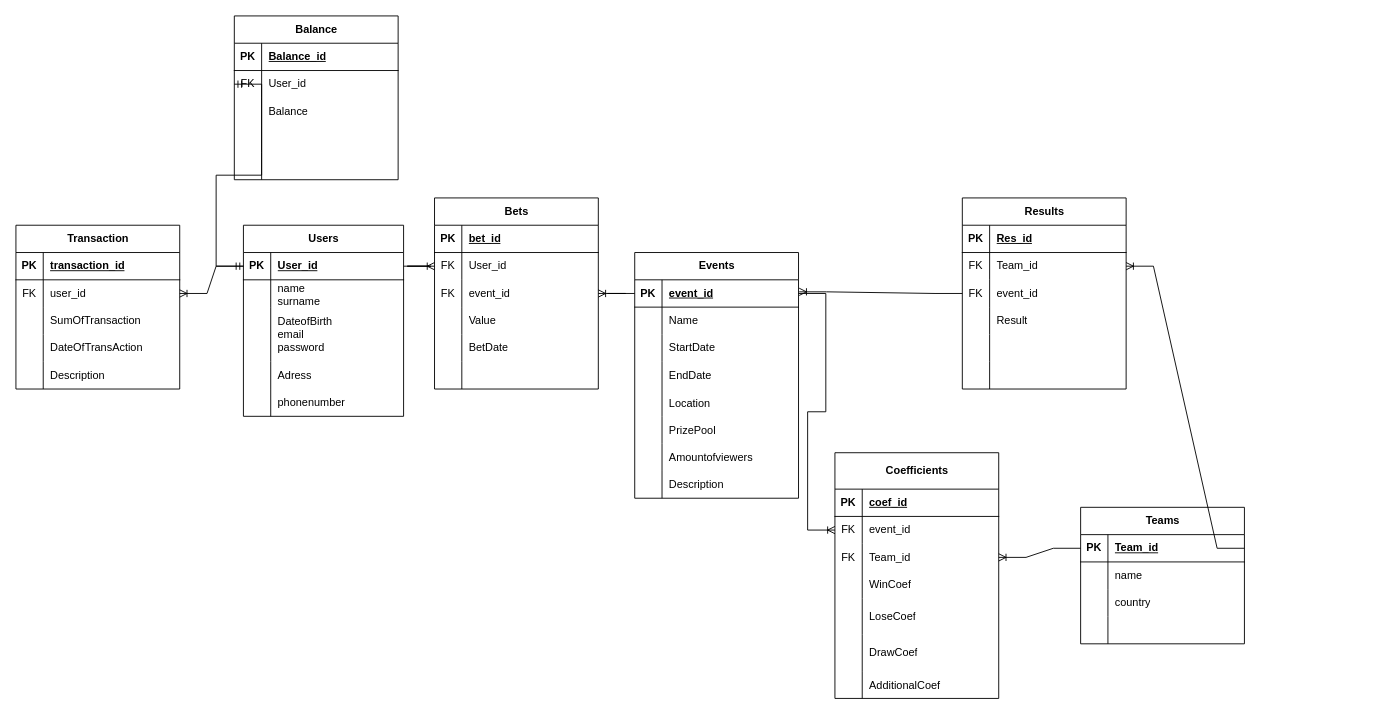
This is Home_task_12(bookmaker_db_scheme)/BookMakerDataBaseScheme.drawio from VadimSD11/-SSWU_VadymTsipkovskyi_NET_CAMP, a draw.io file, before an edit. Source tidied: cells renumbered, new cells numbered last; positions are measured from the earlier drawing's top-left corner, leaving out a move shared by most shapes. Both pictures are drawn from the tidied source at 91%, with x=0, y=0 at pixel (15, 15).
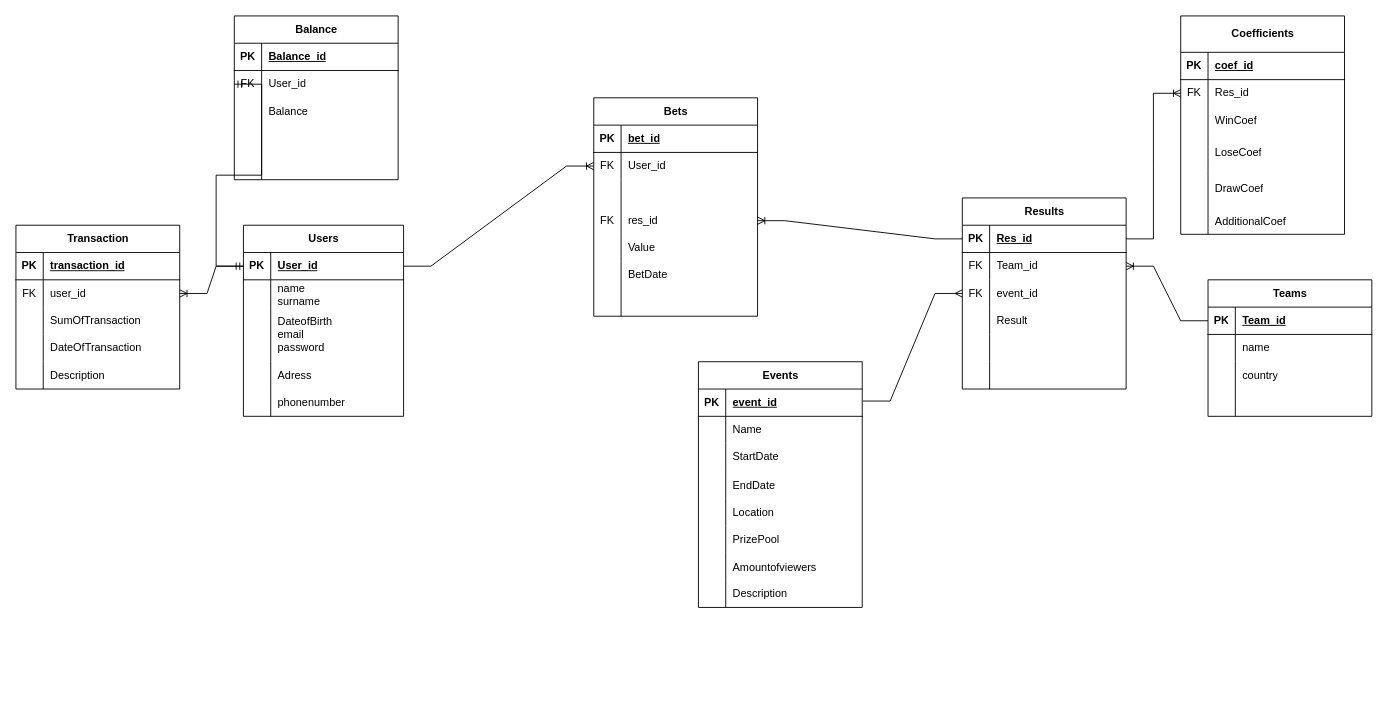
After the change.

The change refers to these unchanged cells:
```xml
<mxCell id="19" style="shape=tableRow;horizontal=0;startSize=0;swimlaneHead=0;swimlaneBody=0;fillColor=none;points=[[0,0.5],[1,0.5]];portConstraint=eastwest;top=0;left=0;right=0;bottom=1;" parent="18" vertex="1">
  <mxGeometry y="30" width="180" height="30" as="geometry" />
</mxCell>
<mxCell id="50" style="shape=tableRow;horizontal=0;startSize=0;swimlaneHead=0;swimlaneBody=0;fillColor=none;points=[[0,0.5],[1,0.5]];portConstraint=eastwest;top=0;left=0;right=0;bottom=0;" parent="43" vertex="1">
  <mxGeometry y="90" width="180" height="30" as="geometry" />
</mxCell>
<mxCell id="65" style="shape=tableRow;horizontal=0;startSize=0;swimlaneHead=0;swimlaneBody=0;fillColor=none;points=[[0,0.5],[1,0.5]];portConstraint=eastwest;top=0;left=0;right=0;bottom=1;" parent="64" vertex="1">
  <mxGeometry y="30" width="180" height="30" as="geometry" />
</mxCell>
<mxCell id="81" style="shape=tableRow;horizontal=0;startSize=0;swimlaneHead=0;swimlaneBody=0;fillColor=none;points=[[0,0.5],[1,0.5]];portConstraint=eastwest;top=0;left=0;right=0;bottom=0;" parent="77" vertex="1">
  <mxGeometry y="70" width="180" height="30" as="geometry" />
</mxCell>
<mxCell id="102" style="shape=tableRow;horizontal=0;startSize=0;swimlaneHead=0;swimlaneBody=0;fillColor=none;points=[[0,0.5],[1,0.5]];portConstraint=eastwest;top=0;left=0;right=0;bottom=1;" parent="101" vertex="1">
  <mxGeometry y="30" width="180" height="30" as="geometry" />
</mxCell>
<mxCell id="105" style="shape=tableRow;horizontal=0;startSize=0;swimlaneHead=0;swimlaneBody=0;fillColor=none;points=[[0,0.5],[1,0.5]];portConstraint=eastwest;top=0;left=0;right=0;bottom=0;" parent="101" vertex="1">
  <mxGeometry y="60" width="180" height="30" as="geometry" />
</mxCell>
<mxCell id="108" style="shape=tableRow;horizontal=0;startSize=0;swimlaneHead=0;swimlaneBody=0;fillColor=none;points=[[0,0.5],[1,0.5]];portConstraint=eastwest;top=0;left=0;right=0;bottom=0;" parent="101" vertex="1">
  <mxGeometry y="90" width="180" height="30" as="geometry" />
</mxCell>
<mxCell id="132" style="shape=tableRow;horizontal=0;startSize=0;swimlaneHead=0;swimlaneBody=0;fillColor=none;top=0;left=0;right=0;bottom=0;" parent="122" vertex="1">
  <mxGeometry y="120" width="180" height="30" as="geometry" />
</mxCell>
```

Change to the diagram source:
```diff
@@
     <mxCell id="18" value="Events" style="shape=table;startSize=30;childLayout=tableLayout;rowLines=0;fontStyle=1;align=center;html=1;" parent="1" vertex="1">
-      <mxGeometry x="680" y="260" width="180" height="270" as="geometry" />
+      <mxGeometry x="750" y="380" width="180" height="270" as="geometry" />
     </mxCell>
@@
     <mxCell id="43" value="Bets" style="shape=table;startSize=30;childLayout=tableLayout;rowLines=0;fontStyle=1;align=center;html=1;" parent="1" vertex="1">
-      <mxGeometry x="460" y="200" width="180" height="210" as="geometry" />
+      <mxGeometry x="635" y="90" width="180" height="240" as="geometry" />
     </mxCell>
@@
-    <mxCell id="51" value="FK" style="shape=partialRectangle;fillColor=none;top=0;left=0;bottom=0;right=0;fontStyle=0;overflow=hidden;whiteSpace=wrap;html=1;" parent="50" vertex="1">
+    <mxCell id="51" style="shape=partialRectangle;fillColor=none;top=0;left=0;bottom=0;right=0;fontStyle=0;overflow=hidden;whiteSpace=wrap;html=1;" parent="50" vertex="1">
       <mxGeometry width="30" height="30" as="geometry" />
     </mxCell>
-    <mxCell id="52" value="event_id" style="shape=partialRectangle;fillColor=none;top=0;left=0;bottom=0;right=0;align=left;spacingLeft=6;fontStyle=0;overflow=hidden;whiteSpace=wrap;html=1;" parent="50" vertex="1">
+    <mxCell id="52" style="shape=partialRectangle;fillColor=none;top=0;left=0;bottom=0;right=0;align=left;spacingLeft=6;fontStyle=0;overflow=hidden;whiteSpace=wrap;html=1;" parent="50" vertex="1">
       <mxGeometry x="30" width="150" height="30" as="geometry" />
     </mxCell>
+    <mxCell id="156" style="shape=tableRow;horizontal=0;startSize=0;swimlaneHead=0;swimlaneBody=0;fillColor=none;points=[[0,0.5],[1,0.5]];portConstraint=eastwest;top=0;left=0;right=0;bottom=0;" parent="43" vertex="1">
+      <mxGeometry y="120" width="180" height="30" as="geometry" />
+    </mxCell>
+    <mxCell id="85" value="FK" style="shape=partialRectangle;fillColor=none;top=0;left=0;bottom=0;right=0;fontStyle=0;overflow=hidden;whiteSpace=wrap;html=1;" parent="156" vertex="1">
+      <mxGeometry width="30" height="30" as="geometry" />
+    </mxCell>
+    <mxCell id="157" value="res_id&lt;br&gt;" style="shape=partialRectangle;fillColor=none;top=0;left=0;bottom=0;right=0;align=left;spacingLeft=6;fontStyle=0;overflow=hidden;whiteSpace=wrap;html=1;" parent="156" vertex="1">
+      <mxGeometry x="30" width="150" height="30" as="geometry" />
+    </mxCell>
     <mxCell id="53" style="shape=tableRow;horizontal=0;startSize=0;swimlaneHead=0;swimlaneBody=0;fillColor=none;top=0;left=0;right=0;bottom=0;" parent="43" vertex="1">
-      <mxGeometry y="120" width="180" height="30" as="geometry" />
+      <mxGeometry y="150" width="180" height="30" as="geometry" />
     </mxCell>
@@
     <mxCell id="56" style="shape=tableRow;horizontal=0;startSize=0;swimlaneHead=0;swimlaneBody=0;fillColor=none;top=0;left=0;right=0;bottom=0;" parent="43" vertex="1">
-      <mxGeometry y="150" width="180" height="30" as="geometry" />
+      <mxGeometry y="180" width="180" height="30" as="geometry" />
     </mxCell>
@@
     <mxCell id="59" style="shape=tableRow;horizontal=0;startSize=0;swimlaneHead=0;swimlaneBody=0;fillColor=none;top=0;left=0;right=0;bottom=0;" parent="43" vertex="1">
-      <mxGeometry y="180" width="180" height="30" as="geometry" />
+      <mxGeometry y="210" width="180" height="30" as="geometry" />
     </mxCell>
@@
-    <mxCell id="63" style="edgeStyle=entityRelationEdgeStyle;fontSize=12;html=1;endArrow=ERoneToMany;rounded=0;entryX=1;entryY=0.5;entryDx=0;entryDy=0;exitX=0;exitY=0.5;exitDx=0;exitDy=0;" parent="1" edge="1" source="19" target="50">
-      <mxGeometry relative="1" as="geometry" />
-    </mxCell>
     <mxCell id="64" value="Teams" style="shape=table;startSize=30;childLayout=tableLayout;rowLines=0;fontStyle=1;align=center;html=1;" parent="1" vertex="1">
-      <mxGeometry x="1170" y="540" width="180" height="150" as="geometry" />
+      <mxGeometry x="1310" y="290" width="180" height="150" as="geometry" />
     </mxCell>
@@
     <mxCell id="77" value="Coefficients" style="shape=table;startSize=40;childLayout=tableLayout;rowLines=0;fontStyle=1;align=center;html=1;" parent="1" vertex="1">
-      <mxGeometry x="900" y="480" width="180" height="270" as="geometry" />
+      <mxGeometry x="1280" width="180" height="240" as="geometry" />
     </mxCell>
@@
-    <mxCell id="83" value="event_id" style="shape=partialRectangle;fillColor=none;top=0;left=0;bottom=0;right=0;align=left;spacingLeft=6;fontStyle=0;overflow=hidden;whiteSpace=wrap;html=1;" parent="81" vertex="1">
+    <mxCell id="83" value="Res_id&lt;br&gt;" style="shape=partialRectangle;fillColor=none;top=0;left=0;bottom=0;right=0;align=left;spacingLeft=6;fontStyle=0;overflow=hidden;whiteSpace=wrap;html=1;" parent="81" vertex="1">
       <mxGeometry x="30" width="150" height="30" as="geometry" />
     </mxCell>
-    <mxCell id="84" style="shape=tableRow;horizontal=0;startSize=0;swimlaneHead=0;swimlaneBody=0;fillColor=none;points=[[0,0.5],[1,0.5]];portConstraint=eastwest;top=0;left=0;right=0;bottom=0;" parent="77" vertex="1">
-      <mxGeometry y="100" width="180" height="30" as="geometry" />
-    </mxCell>
-    <mxCell id="85" value="FK" style="shape=partialRectangle;fillColor=none;top=0;left=0;bottom=0;right=0;fontStyle=0;overflow=hidden;whiteSpace=wrap;html=1;" parent="84" vertex="1">
-      <mxGeometry width="30" height="30" as="geometry" />
-    </mxCell>
-    <mxCell id="86" value="Team_id" style="shape=partialRectangle;fillColor=none;top=0;left=0;bottom=0;right=0;align=left;spacingLeft=6;fontStyle=0;overflow=hidden;whiteSpace=wrap;html=1;" parent="84" vertex="1">
-      <mxGeometry x="30" width="150" height="30" as="geometry" />
-    </mxCell>
     <mxCell id="87" style="shape=tableRow;horizontal=0;startSize=0;swimlaneHead=0;swimlaneBody=0;fillColor=none;top=0;left=0;right=0;bottom=0;" parent="77" vertex="1">
-      <mxGeometry y="130" width="180" height="30" as="geometry" />
+      <mxGeometry y="100" width="180" height="30" as="geometry" />
     </mxCell>
@@
     <mxCell id="90" style="shape=tableRow;horizontal=0;startSize=0;swimlaneHead=0;swimlaneBody=0;fillColor=none;top=0;left=0;right=0;bottom=0;" parent="77" vertex="1">
-      <mxGeometry y="160" width="180" height="40" as="geometry" />
+      <mxGeometry y="130" width="180" height="40" as="geometry" />
     </mxCell>
@@
     <mxCell id="93" style="shape=tableRow;horizontal=0;startSize=0;swimlaneHead=0;swimlaneBody=0;fillColor=none;top=0;left=0;right=0;bottom=0;" parent="77" vertex="1">
-      <mxGeometry y="200" width="180" height="40" as="geometry" />
+      <mxGeometry y="170" width="180" height="40" as="geometry" />
     </mxCell>
@@
     <mxCell id="96" style="shape=tableRow;horizontal=0;startSize=0;swimlaneHead=0;swimlaneBody=0;fillColor=none;top=0;left=0;right=0;bottom=0;" parent="77" vertex="1">
-      <mxGeometry y="240" width="180" height="30" as="geometry" />
+      <mxGeometry y="210" width="180" height="30" as="geometry" />
     </mxCell>
@@
-    <mxCell id="99" style="edgeStyle=entityRelationEdgeStyle;fontSize=12;html=1;endArrow=ERoneToMany;rounded=0;exitX=1;exitY=0.5;exitDx=0;exitDy=0;entryX=0;entryY=0.5;entryDx=0;entryDy=0;" parent="1" edge="1" source="19" target="81">
+    <mxCell id="99" style="edgeStyle=entityRelationEdgeStyle;fontSize=12;html=1;endArrow=ERoneToMany;rounded=0;exitX=1;exitY=0.5;exitDx=0;exitDy=0;entryX=0;entryY=0.5;entryDx=0;entryDy=0;" parent="1" edge="1" source="102" target="81">
       <mxGeometry relative="1" as="geometry">
         <Array as="points">
           <mxPoint x="980" y="390" />
           <mxPoint x="960" y="400" />
         </Array>
       </mxGeometry>
     </mxCell>
-    <mxCell id="100" style="edgeStyle=entityRelationEdgeStyle;fontSize=12;html=1;endArrow=ERoneToMany;rounded=0;exitX=0;exitY=0.5;exitDx=0;exitDy=0;entryX=1;entryY=0.5;entryDx=0;entryDy=0;" parent="1" edge="1" source="65" target="84">
-      <mxGeometry relative="1" as="geometry">
-        <Array as="points">
-          <mxPoint x="1040" y="595" />
-        </Array>
-      </mxGeometry>
-    </mxCell>
@@
-    <mxCell id="120" style="edgeStyle=entityRelationEdgeStyle;fontSize=12;html=1;endArrow=ERoneToMany;rounded=0;exitX=0;exitY=0.5;exitDx=0;exitDy=0;entryX=1.004;entryY=0.16;entryDx=0;entryDy=0;entryPerimeter=0;" parent="1" edge="1" source="108" target="18">
+    <mxCell id="120" style="edgeStyle=entityRelationEdgeStyle;fontSize=12;html=1;endArrow=none;rounded=0;exitX=0;exitY=0.5;exitDx=0;exitDy=0;entryX=1.004;entryY=0.16;entryDx=0;entryDy=0;entryPerimeter=0;startArrow=ERmany;startFill=0;endFill=0;" parent="1" edge="1" source="108" target="18">
       <mxGeometry relative="1" as="geometry" />
     </mxCell>
-    <mxCell id="121" style="edgeStyle=entityRelationEdgeStyle;fontSize=12;html=1;endArrow=ERoneToMany;rounded=0;exitX=1;exitY=0.5;exitDx=0;exitDy=0;entryX=1;entryY=0.5;entryDx=0;entryDy=0;" parent="1" edge="1" source="65" target="105">
+    <mxCell id="121" style="edgeStyle=entityRelationEdgeStyle;fontSize=12;html=1;endArrow=ERoneToMany;rounded=0;exitX=0;exitY=0.5;exitDx=0;exitDy=0;entryX=1;entryY=0.5;entryDx=0;entryDy=0;" parent="1" edge="1" source="65" target="105">
       <mxGeometry relative="1" as="geometry">
         <Array as="points">
           <mxPoint x="1260" y="290" />
           <mxPoint x="1270" y="290" />
         </Array>
       </mxGeometry>
     </mxCell>
@@
-    <mxCell id="134" value="DateOfTransAction" style="shape=partialRectangle;fillColor=none;top=0;left=0;bottom=0;right=0;align=left;spacingLeft=6;overflow=hidden;whiteSpace=wrap;html=1;" parent="132" vertex="1">
+    <mxCell id="134" value="DateOfTransaction" style="shape=partialRectangle;fillColor=none;top=0;left=0;bottom=0;right=0;align=left;spacingLeft=6;overflow=hidden;whiteSpace=wrap;html=1;" parent="132" vertex="1">
       <mxGeometry x="30" width="150" height="30" as="geometry" />
     </mxCell>
@@
+    <mxCell id="158" style="edgeStyle=entityRelationEdgeStyle;fontSize=12;html=1;endArrow=ERoneToMany;rounded=0;exitX=0;exitY=0.5;exitDx=0;exitDy=0;" parent="1" edge="1" source="102" target="156">
+      <mxGeometry relative="1" as="geometry" />
+    </mxCell>
```
